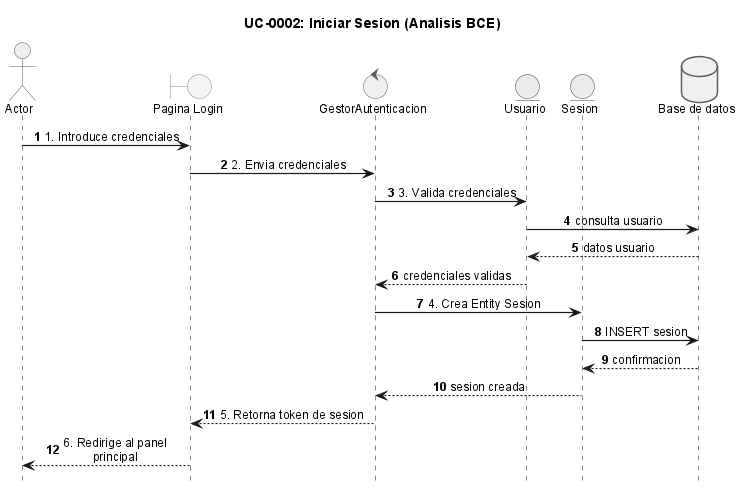
Before: anexos/diagramas/seq-bce-uc0002-login.png, a diagram exported from PlantUML (ErDeivih/DocumentChain).
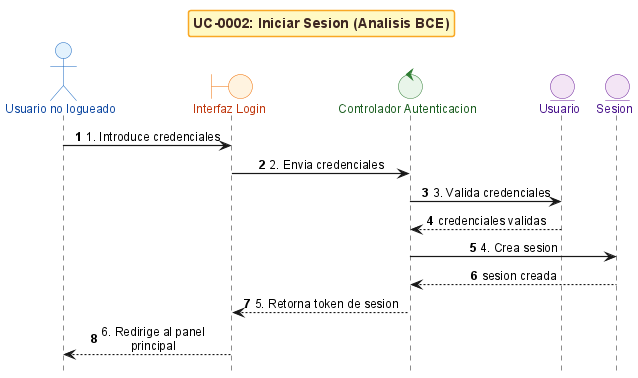
After the change.

The edit, as a diff of the source:
```diff
@@ -3,24 +3,18 @@
 
 title UC-0002: Iniciar Sesion (Analisis BCE)
 
-actor Actor
-boundary "Pagina Login" as BL
-control "GestorAutenticacion" as CL
+actor "Usuario no logueado" as Actor
+boundary "Interfaz Login" as BL
+control "Controlador Autenticacion" as CL
 entity "Usuario" as EU
 entity "Sesion" as ES
-
-database "Base de datos" as DB
 
 Actor -> BL : 1. Introduce credenciales
 BL -> CL : 2. Envia credenciales
 CL -> EU : 3. Valida credenciales
-EU -> DB : consulta usuario
-DB --> EU : datos usuario
 EU --> CL : credenciales validas
 
-CL -> ES : 4. Crea Entity Sesion
-ES -> DB : INSERT sesion
-DB --> ES : confirmacion
+CL -> ES : 4. Crea sesion
 ES --> CL : sesion creada
 
 CL --> BL : 5. Retorna token de sesion
```
